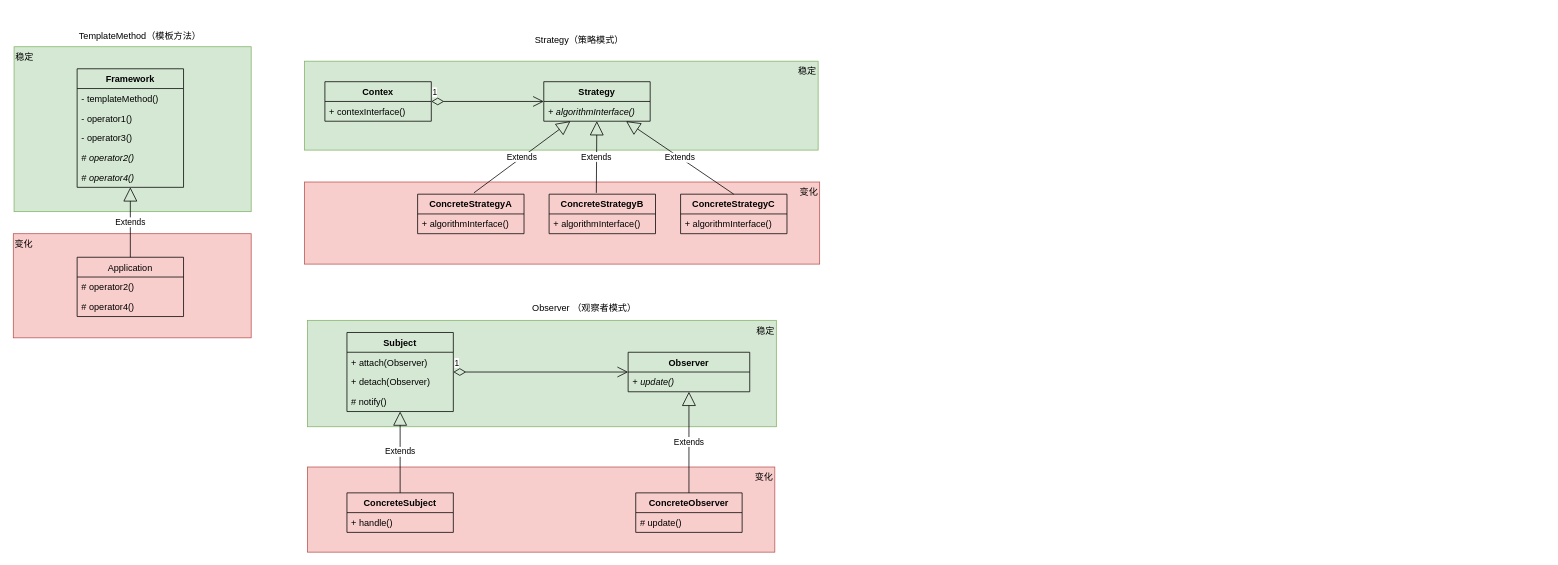
Before: [language]/[What]c_cpp--base/gof/pic/uml.drawio in KcMeterCEC/explore, a draw.io diagram. Source tidied: cells renumbered, new cells numbered last; positions are measured from the earlier drawing's top-left corner, leaving out a move shared by most shapes. Both pictures are drawn from the tidied source at 76%, with x=0, y=0 at pixel (13, 21).
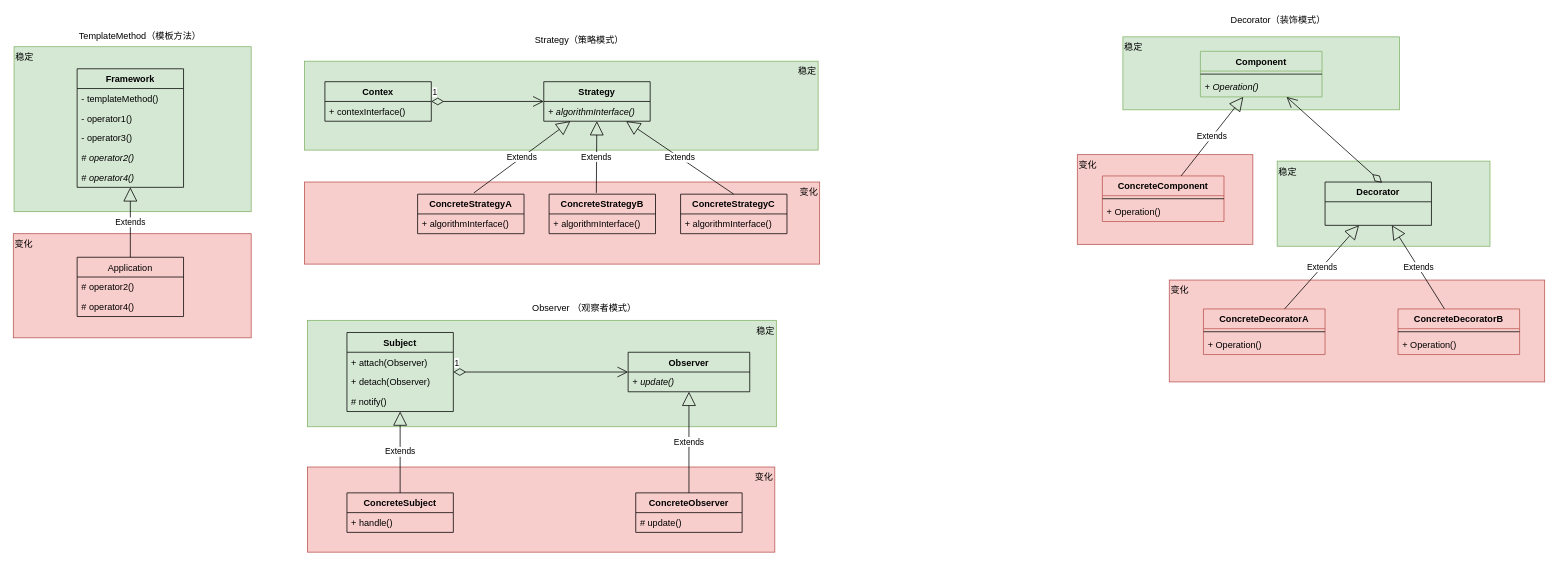
Above is the later version.

Change to the diagram source:
```diff
@@
+    <mxCell id="48" value="变化" style="rounded=0;whiteSpace=wrap;html=1;fillColor=#f8cecc;strokeColor=#b85450;align=left;verticalAlign=top;" parent="1" vertex="1">
+      <mxGeometry x="1521" y="341" width="494" height="134" as="geometry" />
+    </mxCell>
+    <mxCell id="49" value="变化" style="rounded=0;whiteSpace=wrap;html=1;fillColor=#f8cecc;strokeColor=#b85450;align=left;verticalAlign=top;" parent="1" vertex="1">
+      <mxGeometry x="1400" y="176" width="231" height="118" as="geometry" />
+    </mxCell>
+    <mxCell id="50" value="稳定" style="rounded=0;whiteSpace=wrap;html=1;fillColor=#d5e8d4;strokeColor=#82b366;align=left;verticalAlign=top;" parent="1" vertex="1">
+      <mxGeometry x="1663" y="184.5" width="280" height="112" as="geometry" />
+    </mxCell>
+    <mxCell id="51" value="稳定" style="rounded=0;whiteSpace=wrap;html=1;fillColor=#d5e8d4;strokeColor=#82b366;align=left;verticalAlign=top;" parent="1" vertex="1">
+      <mxGeometry x="1460" y="21" width="364" height="96" as="geometry" />
+    </mxCell>
+    <mxCell id="52" value="Component" style="swimlane;fontStyle=1;align=center;verticalAlign=top;horizontal=1;startSize=26;fillColor=#d5e8d4;strokeColor=#82b366;" parent="1" vertex="1">
+      <mxGeometry x="1562" y="40" width="160" height="60" as="geometry" />
+    </mxCell>
+    <mxCell id="53" style="line;strokeWidth=1;fillColor=none;align=left;verticalAlign=middle;spacingTop=-1;spacingLeft=3;spacingRight=3;labelPosition=right;" parent="52" vertex="1">
+      <mxGeometry y="26" width="160" height="8" as="geometry" />
+    </mxCell>
+    <mxCell id="54" value="+ Operation()" style="text;strokeColor=none;fillColor=none;align=left;verticalAlign=top;spacingLeft=4;spacingRight=4;overflow=hidden;fontStyle=2;" parent="52" vertex="1">
+      <mxGeometry y="34" width="160" height="26" as="geometry" />
+    </mxCell>
@@
+    <mxCell id="55" value="Decorator（装饰模式）" style="text;html=1;strokeColor=none;fillColor=none;align=center;verticalAlign=middle;whiteSpace=wrap;rounded=0;" parent="1" vertex="1">
+      <mxGeometry x="1593" y="-10" width="143" height="17" as="geometry" />
+    </mxCell>
+    <mxCell id="56" value="ConcreteComponent" style="swimlane;fontStyle=1;align=center;verticalAlign=top;horizontal=1;startSize=26;fillColor=#f8cecc;strokeColor=#b85450;" parent="1" vertex="1">
+      <mxGeometry x="1433" y="204" width="160" height="60" as="geometry" />
+    </mxCell>
+    <mxCell id="57" style="line;strokeWidth=1;fillColor=none;align=left;verticalAlign=middle;spacingTop=-1;spacingLeft=3;spacingRight=3;labelPosition=right;" parent="56" vertex="1">
+      <mxGeometry y="26" width="160" height="8" as="geometry" />
+    </mxCell>
+    <mxCell id="58" value="+ Operation()" style="text;strokeColor=none;fillColor=none;align=left;verticalAlign=top;spacingLeft=4;spacingRight=4;overflow=hidden;" parent="56" vertex="1">
+      <mxGeometry y="34" width="160" height="26" as="geometry" />
+    </mxCell>
+    <mxCell id="59" value="Extends" style="endArrow=block;endSize=16;endFill=0;html=1;" parent="1" edge="1" source="56" target="52">
+      <mxGeometry relative="1" as="geometry" />
+    </mxCell>
+    <mxCell id="60" value="Decorator" style="swimlane;fontStyle=1;horizontal=1;startSize=26;fillColor=none;" parent="1" vertex="1">
+      <mxGeometry x="1726" y="212" width="140" height="57" as="geometry" />
+    </mxCell>
+    <mxCell id="61" style="endArrow=open;html=1;endSize=12;startArrow=diamondThin;startSize=14;startFill=0;align=left;verticalAlign=bottom;exitX=0.535;exitY=0.017;exitDx=0;exitDy=0;exitPerimeter=0;" parent="1" edge="1" source="60" target="52">
+      <mxGeometry x="-1" y="3" relative="1" as="geometry" />
+    </mxCell>
+    <mxCell id="62" value="ConcreteDecoratorA" style="swimlane;fontStyle=1;align=center;verticalAlign=top;horizontal=1;startSize=26;fillColor=#f8cecc;strokeColor=#b85450;" parent="1" vertex="1">
+      <mxGeometry x="1566" y="379" width="160" height="60" as="geometry" />
+    </mxCell>
+    <mxCell id="63" style="line;strokeWidth=1;fillColor=none;align=left;verticalAlign=middle;spacingTop=-1;spacingLeft=3;spacingRight=3;labelPosition=right;" parent="62" vertex="1">
+      <mxGeometry y="26" width="160" height="8" as="geometry" />
+    </mxCell>
+    <mxCell id="64" value="+ Operation()" style="text;strokeColor=none;fillColor=none;align=left;verticalAlign=top;spacingLeft=4;spacingRight=4;overflow=hidden;" parent="62" vertex="1">
+      <mxGeometry y="34" width="160" height="26" as="geometry" />
+    </mxCell>
+    <mxCell id="65" value="Extends" style="endArrow=block;endSize=16;endFill=0;html=1;" parent="1" edge="1" source="62" target="60">
+      <mxGeometry relative="1" as="geometry" />
+    </mxCell>
+    <mxCell id="66" value="ConcreteDecoratorB" style="swimlane;fontStyle=1;align=center;verticalAlign=top;horizontal=1;startSize=26;fillColor=#f8cecc;strokeColor=#b85450;" parent="1" vertex="1">
+      <mxGeometry x="1822" y="379" width="160" height="60" as="geometry" />
+    </mxCell>
+    <mxCell id="67" style="line;strokeWidth=1;fillColor=none;align=left;verticalAlign=middle;spacingTop=-1;spacingLeft=3;spacingRight=3;labelPosition=right;" parent="66" vertex="1">
+      <mxGeometry y="26" width="160" height="8" as="geometry" />
+    </mxCell>
+    <mxCell id="68" value="+ Operation()" style="text;strokeColor=none;fillColor=none;align=left;verticalAlign=top;spacingLeft=4;spacingRight=4;overflow=hidden;" parent="66" vertex="1">
+      <mxGeometry y="34" width="160" height="26" as="geometry" />
+    </mxCell>
+    <mxCell id="69" value="Extends" style="endArrow=block;endSize=16;endFill=0;html=1;" parent="1" edge="1" source="66" target="60">
+      <mxGeometry relative="1" as="geometry" />
+    </mxCell>
```
